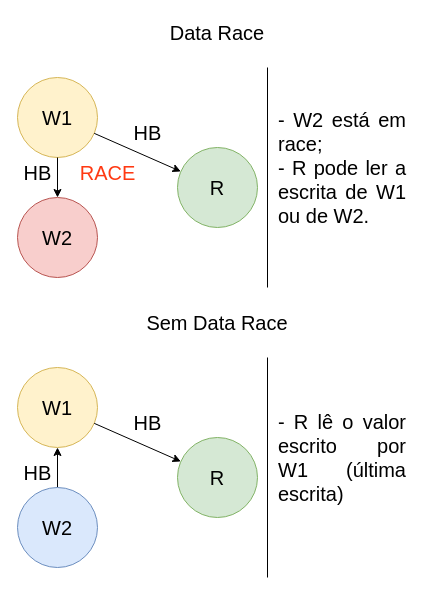
The draw.io diagram page "DataRace" (5 of 8) of 4th-semester/pc/docs/pc-diagrams.drawio in andre-j3sus/isel-leic-notes, before the edit. Source tidied: cells renumbered, new cells numbered last; positions are measured from the earlier drawing's top-left corner, leaving out a move shared by most shapes. Both pictures are drawn from the tidied source at 100%, with x=0, y=0 at pixel (17, 17).
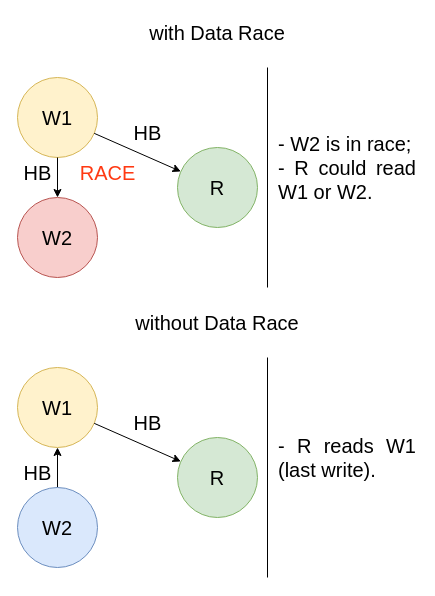
After the change.

The edit, as a diff of the source:
```diff
@@
-    <mxCell id="10" value="&lt;div style=&quot;text-align: justify;&quot;&gt;&lt;span style=&quot;background-color: initial;&quot;&gt;- W2 está em race;&lt;/span&gt;&lt;/div&gt;&lt;div style=&quot;text-align: justify;&quot;&gt;- R pode ler a escrita de W1 ou de W2.&lt;/div&gt;" style="text;html=1;strokeColor=none;fillColor=none;align=center;verticalAlign=middle;whiteSpace=wrap;rounded=0;fontSize=20;fontColor=#000000;" parent="1" vertex="1">
-      <mxGeometry x="260" y="90" width="130" height="120" as="geometry" />
+    <mxCell id="10" value="&lt;div style=&quot;text-align: justify;&quot;&gt;&lt;span style=&quot;background-color: initial;&quot;&gt;- W2 is in race;&lt;/span&gt;&lt;/div&gt;&lt;div style=&quot;text-align: justify;&quot;&gt;- R could read W1 or W2.&lt;/div&gt;" style="text;html=1;strokeColor=none;fillColor=none;align=center;verticalAlign=middle;whiteSpace=wrap;rounded=0;fontSize=20;fontColor=#000000;" parent="1" vertex="1">
+      <mxGeometry x="260" y="90" width="140" height="120" as="geometry" />
     </mxCell>
-    <mxCell id="11" value="Data Race" style="text;html=1;strokeColor=none;fillColor=none;align=center;verticalAlign=middle;whiteSpace=wrap;rounded=0;fontSize=20;fontColor=#000000;" parent="1" vertex="1">
-      <mxGeometry x="150" width="100" height="30" as="geometry" />
+    <mxCell id="11" value="with Data Race" style="text;html=1;strokeColor=none;fillColor=none;align=center;verticalAlign=middle;whiteSpace=wrap;rounded=0;fontSize=20;fontColor=#000000;" parent="1" vertex="1">
+      <mxGeometry x="125" width="150" height="30" as="geometry" />
     </mxCell>
@@
-    <mxCell id="20" value="&lt;div style=&quot;text-align: justify;&quot;&gt;&lt;span style=&quot;background-color: initial;&quot;&gt;- R lê o valor escrito por W1 (última escrita)&lt;/span&gt;&lt;/div&gt;" style="text;html=1;strokeColor=none;fillColor=none;align=center;verticalAlign=middle;whiteSpace=wrap;rounded=0;fontSize=20;fontColor=#000000;" parent="1" vertex="1">
-      <mxGeometry x="260" y="380" width="130" height="120" as="geometry" />
+    <mxCell id="20" value="&lt;div style=&quot;text-align: justify;&quot;&gt;&lt;span style=&quot;background-color: initial;&quot;&gt;- R reads W1 (last write).&lt;/span&gt;&lt;/div&gt;" style="text;html=1;strokeColor=none;fillColor=none;align=center;verticalAlign=middle;whiteSpace=wrap;rounded=0;fontSize=20;fontColor=#000000;" parent="1" vertex="1">
+      <mxGeometry x="260" y="380" width="140" height="120" as="geometry" />
     </mxCell>
-    <mxCell id="21" value="Sem Data Race" style="text;html=1;strokeColor=none;fillColor=none;align=center;verticalAlign=middle;whiteSpace=wrap;rounded=0;fontSize=20;fontColor=#000000;" parent="1" vertex="1">
-      <mxGeometry x="125" y="290" width="150" height="30" as="geometry" />
+    <mxCell id="21" value="without Data Race" style="text;html=1;strokeColor=none;fillColor=none;align=center;verticalAlign=middle;whiteSpace=wrap;rounded=0;fontSize=20;fontColor=#000000;" parent="1" vertex="1">
+      <mxGeometry x="110" y="290" width="180" height="30" as="geometry" />
     </mxCell>
```
